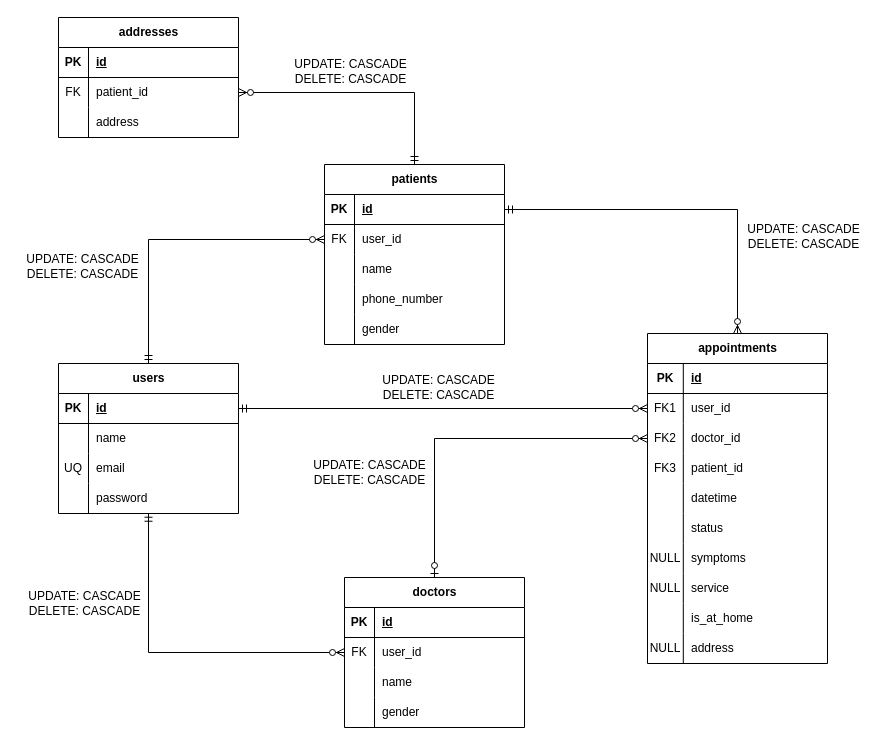
The draw.io diagram docs/database/logical-design.drawio in hdz-kevin/podi-appts, before the edit. Source tidied: cells renumbered, new cells numbered last; positions are measured from the earlier drawing's top-left corner, leaving out a move shared by most shapes. Both pictures are drawn from the tidied source at 100%, with x=0, y=0 at pixel (17, 17).
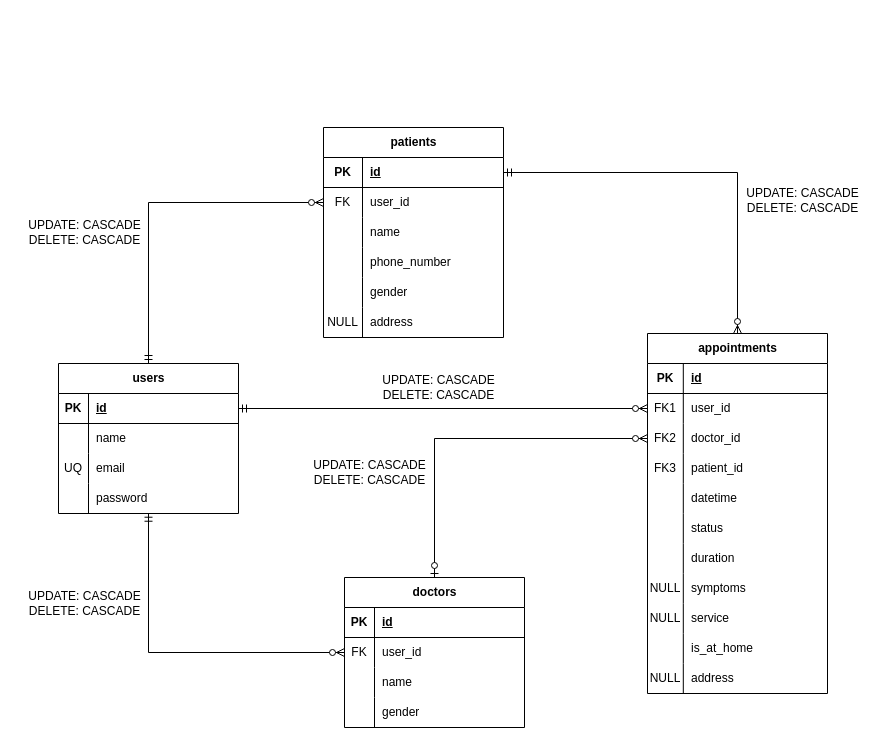
The same page after the edit.

Commit message (it also covers changes not shown here):
update DB design: add duration field to appointments & address field to patients

Unchanged cells that the change refers to:
```xml
<mxCell id="29" style="shape=tableRow;horizontal=0;startSize=0;swimlaneHead=0;swimlaneBody=0;fillColor=none;points=[[0,0.5],[1,0.5]];portConstraint=eastwest;top=0;left=0;right=0;bottom=1;" parent="28" vertex="1">
  <mxGeometry y="30" width="180" height="30" as="geometry" />
</mxCell>
<mxCell id="32" style="shape=tableRow;horizontal=0;startSize=0;swimlaneHead=0;swimlaneBody=0;fillColor=none;points=[[0,0.5],[1,0.5]];portConstraint=eastwest;top=0;left=0;right=0;bottom=0;" parent="28" vertex="1">
  <mxGeometry y="60" width="180" height="30" as="geometry" />
</mxCell>
<mxCell id="35" style="shape=tableRow;horizontal=0;startSize=0;swimlaneHead=0;swimlaneBody=0;fillColor=none;top=0;left=0;right=0;bottom=0;" parent="28" vertex="1">
  <mxGeometry y="90" width="180" height="30" as="geometry" />
</mxCell>
<mxCell id="38" style="shape=tableRow;horizontal=0;startSize=0;swimlaneHead=0;swimlaneBody=0;fillColor=none;top=0;left=0;right=0;bottom=0;" parent="28" vertex="1">
  <mxGeometry y="120" width="180" height="30" as="geometry" />
</mxCell>
```

Change to the diagram source:
```diff
@@
     <mxCell id="28" value="patients" style="shape=table;startSize=30;childLayout=tableLayout;rowLines=0;fontStyle=1;align=center;html=1;" parent="1" vertex="1">
-      <mxGeometry x="307" y="147" width="180" height="180" as="geometry" />
+      <mxGeometry x="306" y="110" width="180" height="210" as="geometry" />
     </mxCell>
@@
     <mxCell id="30" value="PK" style="shape=partialRectangle;fillColor=none;top=0;left=0;bottom=0;right=0;fontStyle=1;overflow=hidden;whiteSpace=wrap;html=1;" parent="29" vertex="1">
-      <mxGeometry width="30" height="30" as="geometry" />
+      <mxGeometry width="39" height="30" as="geometry" />
     </mxCell>
     <mxCell id="31" value="id" style="shape=partialRectangle;fillColor=none;top=0;left=0;bottom=0;right=0;align=left;spacingLeft=6;fontStyle=5;overflow=hidden;whiteSpace=wrap;html=1;" parent="29" vertex="1">
-      <mxGeometry x="30" width="150" height="30" as="geometry" />
+      <mxGeometry x="39" width="141" height="30" as="geometry" />
     </mxCell>
@@
     <mxCell id="33" value="FK" style="shape=partialRectangle;fillColor=none;top=0;left=0;bottom=0;right=0;overflow=hidden;whiteSpace=wrap;html=1;" parent="32" vertex="1">
-      <mxGeometry width="30" height="30" as="geometry" />
+      <mxGeometry width="39" height="30" as="geometry" />
     </mxCell>
     <mxCell id="34" value="user_id" style="shape=partialRectangle;fillColor=none;top=0;left=0;bottom=0;right=0;align=left;spacingLeft=6;overflow=hidden;whiteSpace=wrap;html=1;" parent="32" vertex="1">
-      <mxGeometry x="30" width="150" height="30" as="geometry" />
+      <mxGeometry x="39" width="141" height="30" as="geometry" />
     </mxCell>
@@
     <mxCell id="36" style="shape=partialRectangle;fillColor=none;top=0;left=0;bottom=0;right=0;overflow=hidden;whiteSpace=wrap;html=1;" parent="35" vertex="1">
-      <mxGeometry width="30" height="30" as="geometry" />
+      <mxGeometry width="39" height="30" as="geometry" />
     </mxCell>
     <mxCell id="37" value="name" style="shape=partialRectangle;fillColor=none;top=0;left=0;bottom=0;right=0;align=left;spacingLeft=6;overflow=hidden;whiteSpace=wrap;html=1;" parent="35" vertex="1">
-      <mxGeometry x="30" width="150" height="30" as="geometry" />
+      <mxGeometry x="39" width="141" height="30" as="geometry" />
     </mxCell>
@@
     <mxCell id="39" style="shape=partialRectangle;fillColor=none;top=0;left=0;bottom=0;right=0;overflow=hidden;whiteSpace=wrap;html=1;" parent="38" vertex="1">
-      <mxGeometry width="30" height="30" as="geometry" />
+      <mxGeometry width="39" height="30" as="geometry" />
     </mxCell>
     <mxCell id="40" value="phone_number" style="shape=partialRectangle;fillColor=none;top=0;left=0;bottom=0;right=0;align=left;spacingLeft=6;overflow=hidden;whiteSpace=wrap;html=1;" parent="38" vertex="1">
-      <mxGeometry x="30" width="150" height="30" as="geometry" />
+      <mxGeometry x="39" width="141" height="30" as="geometry" />
     </mxCell>
+    <mxCell id="97" style="shape=tableRow;horizontal=0;startSize=0;swimlaneHead=0;swimlaneBody=0;fillColor=none;top=0;left=0;right=0;bottom=0;" parent="28" vertex="1">
+      <mxGeometry y="150" width="180" height="30" as="geometry" />
+    </mxCell>
+    <mxCell id="98" style="shape=partialRectangle;fillColor=none;top=0;left=0;bottom=0;right=0;overflow=hidden;whiteSpace=wrap;html=1;" parent="97" vertex="1">
+      <mxGeometry width="39" height="30" as="geometry" />
+    </mxCell>
+    <mxCell id="99" value="gender" style="shape=partialRectangle;fillColor=none;top=0;left=0;bottom=0;right=0;align=left;spacingLeft=6;overflow=hidden;whiteSpace=wrap;html=1;" parent="97" vertex="1">
+      <mxGeometry x="39" width="141" height="30" as="geometry" />
+    </mxCell>
     <mxCell id="41" style="shape=tableRow;horizontal=0;startSize=0;swimlaneHead=0;swimlaneBody=0;fillColor=none;top=0;left=0;right=0;bottom=0;" parent="28" vertex="1">
-      <mxGeometry y="150" width="180" height="30" as="geometry" />
+      <mxGeometry y="180" width="180" height="30" as="geometry" />
     </mxCell>
-    <mxCell id="42" style="shape=partialRectangle;fillColor=none;top=0;left=0;bottom=0;right=0;overflow=hidden;whiteSpace=wrap;html=1;" parent="41" vertex="1">
-      <mxGeometry width="30" height="30" as="geometry" />
+    <mxCell id="42" value="NULL" style="shape=partialRectangle;fillColor=none;top=0;left=0;bottom=0;right=0;overflow=hidden;whiteSpace=wrap;html=1;" parent="41" vertex="1">
+      <mxGeometry width="39" height="30" as="geometry" />
     </mxCell>
-    <mxCell id="43" value="gender" style="shape=partialRectangle;fillColor=none;top=0;left=0;bottom=0;right=0;align=left;spacingLeft=6;overflow=hidden;whiteSpace=wrap;html=1;" parent="41" vertex="1">
-      <mxGeometry x="30" width="150" height="30" as="geometry" />
+    <mxCell id="43" value="address" style="shape=partialRectangle;fillColor=none;top=0;left=0;bottom=0;right=0;align=left;spacingLeft=6;overflow=hidden;whiteSpace=wrap;html=1;" parent="41" vertex="1">
+      <mxGeometry x="39" width="141" height="30" as="geometry" />
     </mxCell>
-    <mxCell id="44" value="addresses" style="shape=table;startSize=30;childLayout=tableLayout;rowLines=0;fontStyle=1;align=center;html=1;" parent="1" vertex="1">
-      <mxGeometry x="41" width="180" height="120" as="geometry" />
-    </mxCell>
-    <mxCell id="45" style="shape=tableRow;horizontal=0;startSize=0;swimlaneHead=0;swimlaneBody=0;fillColor=none;top=0;left=0;right=0;bottom=1;" parent="44" vertex="1">
-      <mxGeometry y="30" width="180" height="30" as="geometry" />
-    </mxCell>
-    <mxCell id="46" value="PK" style="shape=partialRectangle;fillColor=none;top=0;left=0;bottom=0;right=0;fontStyle=1;overflow=hidden;whiteSpace=wrap;html=1;" parent="45" vertex="1">
-      <mxGeometry width="30" height="30" as="geometry" />
-    </mxCell>
-    <mxCell id="47" value="id" style="shape=partialRectangle;fillColor=none;top=0;left=0;bottom=0;right=0;align=left;spacingLeft=6;fontStyle=5;overflow=hidden;whiteSpace=wrap;html=1;" parent="45" vertex="1">
-      <mxGeometry x="30" width="150" height="30" as="geometry" />
-    </mxCell>
-    <mxCell id="48" style="shape=tableRow;horizontal=0;startSize=0;swimlaneHead=0;swimlaneBody=0;fillColor=none;points=[[0,0.5],[1,0.5]];portConstraint=eastwest;top=0;left=0;right=0;bottom=0;" parent="44" vertex="1">
-      <mxGeometry y="60" width="180" height="30" as="geometry" />
-    </mxCell>
-    <mxCell id="49" value="FK" style="shape=partialRectangle;fillColor=none;top=0;left=0;bottom=0;right=0;overflow=hidden;whiteSpace=wrap;html=1;" parent="48" vertex="1">
-      <mxGeometry width="30" height="30" as="geometry" />
-    </mxCell>
-    <mxCell id="50" value="patient_id" style="shape=partialRectangle;fillColor=none;top=0;left=0;bottom=0;right=0;align=left;spacingLeft=6;overflow=hidden;whiteSpace=wrap;html=1;" parent="48" vertex="1">
-      <mxGeometry x="30" width="150" height="30" as="geometry" />
-    </mxCell>
-    <mxCell id="51" style="shape=tableRow;horizontal=0;startSize=0;swimlaneHead=0;swimlaneBody=0;fillColor=none;top=0;left=0;right=0;bottom=0;" parent="44" vertex="1">
-      <mxGeometry y="90" width="180" height="30" as="geometry" />
-    </mxCell>
-    <mxCell id="52" style="shape=partialRectangle;fillColor=none;top=0;left=0;bottom=0;right=0;overflow=hidden;whiteSpace=wrap;html=1;" parent="51" vertex="1">
-      <mxGeometry width="30" height="30" as="geometry" />
-    </mxCell>
-    <mxCell id="53" value="address" style="shape=partialRectangle;fillColor=none;top=0;left=0;bottom=0;right=0;align=left;spacingLeft=6;overflow=hidden;whiteSpace=wrap;html=1;" parent="51" vertex="1">
-      <mxGeometry x="30" width="150" height="30" as="geometry" />
-    </mxCell>
     <mxCell id="54" value="appointments" style="shape=table;startSize=30;childLayout=tableLayout;rowLines=0;fontStyle=1;align=center;html=1;" parent="1" vertex="1">
-      <mxGeometry x="630" y="316" width="180" height="330" as="geometry" />
+      <mxGeometry x="630" y="316" width="180" height="360" as="geometry" />
     </mxCell>
@@
+    <mxCell id="100" style="shape=tableRow;horizontal=0;startSize=0;swimlaneHead=0;swimlaneBody=0;fillColor=none;top=0;left=0;right=0;bottom=0;" parent="54" vertex="1">
+      <mxGeometry y="210" width="180" height="30" as="geometry" />
+    </mxCell>
+    <mxCell id="101" style="shape=partialRectangle;fillColor=none;top=0;left=0;bottom=0;right=0;overflow=hidden;whiteSpace=wrap;html=1;" parent="100" vertex="1">
+      <mxGeometry width="35.8" height="30" as="geometry" />
+    </mxCell>
+    <mxCell id="102" value="duration" style="shape=partialRectangle;fillColor=none;top=0;left=0;bottom=0;right=0;align=left;spacingLeft=6;overflow=hidden;whiteSpace=wrap;html=1;" parent="100" vertex="1">
+      <mxGeometry x="35.8" width="144.2" height="30" as="geometry" />
+    </mxCell>
     <mxCell id="73" style="shape=tableRow;horizontal=0;startSize=0;swimlaneHead=0;swimlaneBody=0;fillColor=none;top=0;left=0;right=0;bottom=0;" parent="54" vertex="1">
-      <mxGeometry y="210" width="180" height="30" as="geometry" />
+      <mxGeometry y="240" width="180" height="30" as="geometry" />
     </mxCell>
@@
     <mxCell id="76" style="shape=tableRow;horizontal=0;startSize=0;swimlaneHead=0;swimlaneBody=0;fillColor=none;top=0;left=0;right=0;bottom=0;" parent="54" vertex="1">
-      <mxGeometry y="240" width="180" height="30" as="geometry" />
+      <mxGeometry y="270" width="180" height="30" as="geometry" />
     </mxCell>
@@
     <mxCell id="79" style="shape=tableRow;horizontal=0;startSize=0;swimlaneHead=0;swimlaneBody=0;fillColor=none;top=0;left=0;right=0;bottom=0;" parent="54" vertex="1">
-      <mxGeometry y="270" width="180" height="30" as="geometry" />
+      <mxGeometry y="300" width="180" height="30" as="geometry" />
     </mxCell>
@@
     <mxCell id="82" style="shape=tableRow;horizontal=0;startSize=0;swimlaneHead=0;swimlaneBody=0;fillColor=none;top=0;left=0;right=0;bottom=0;" parent="54" vertex="1">
-      <mxGeometry y="300" width="180" height="30" as="geometry" />
+      <mxGeometry y="330" width="180" height="30" as="geometry" />
     </mxCell>
@@
-    <mxCell id="90" style="edgeStyle=orthogonalEdgeStyle;fontSize=12;html=1;endArrow=ERzeroToMany;startArrow=ERmandOne;rounded=0;entryX=1;entryY=0.5;entryDx=0;entryDy=0;exitX=0.5;exitY=0;exitDx=0;exitDy=0;" parent="1" edge="1" source="28" target="48">
-      <mxGeometry relative="1" as="geometry" />
-    </mxCell>
@@
     <mxCell id="94" value="&lt;font style=&quot;color: light-dark(rgb(0, 0, 0), rgb(255, 255, 255));&quot;&gt;UPDATE: CASCADE&lt;/font&gt;&lt;div&gt;&lt;font style=&quot;color: light-dark(rgb(0, 0, 0), rgb(255, 255, 255));&quot;&gt;DELETE: CASCADE&lt;/font&gt;&lt;/div&gt;" style="text;html=1;align=center;verticalAlign=middle;strokeColor=none;fillColor=none;fontColor=light-dark(#000000,#FFFFFF);" parent="1" vertex="1">
-      <mxGeometry y="228" width="130" height="41" as="geometry" />
+      <mxGeometry x="2" y="194.5" width="130" height="41" as="geometry" />
     </mxCell>
     <mxCell id="95" value="&lt;font style=&quot;color: light-dark(rgb(0, 0, 0), rgb(255, 255, 255));&quot;&gt;UPDATE: CASCADE&lt;/font&gt;&lt;div&gt;&lt;font style=&quot;color: light-dark(rgb(0, 0, 0), rgb(255, 255, 255));&quot;&gt;DELETE: CASCADE&lt;/font&gt;&lt;/div&gt;" style="text;html=1;align=center;verticalAlign=middle;strokeColor=none;fillColor=none;" parent="1" vertex="1">
-      <mxGeometry x="721" y="198" width="130" height="41" as="geometry" />
+      <mxGeometry x="720" y="162" width="130" height="41" as="geometry" />
     </mxCell>
-    <mxCell id="96" value="&lt;font style=&quot;color: light-dark(rgb(0, 0, 0), rgb(255, 255, 255));&quot;&gt;UPDATE: CASCADE&lt;/font&gt;&lt;div&gt;&lt;font style=&quot;color: light-dark(rgb(0, 0, 0), rgb(255, 255, 255));&quot;&gt;DELETE: CASCADE&lt;/font&gt;&lt;/div&gt;" style="text;html=1;align=center;verticalAlign=middle;strokeColor=none;fillColor=none;fontColor=light-dark(#000000,#FFFFFF);" parent="1" vertex="1">
-      <mxGeometry x="268" y="33" width="130" height="41" as="geometry" />
-    </mxCell>
```
